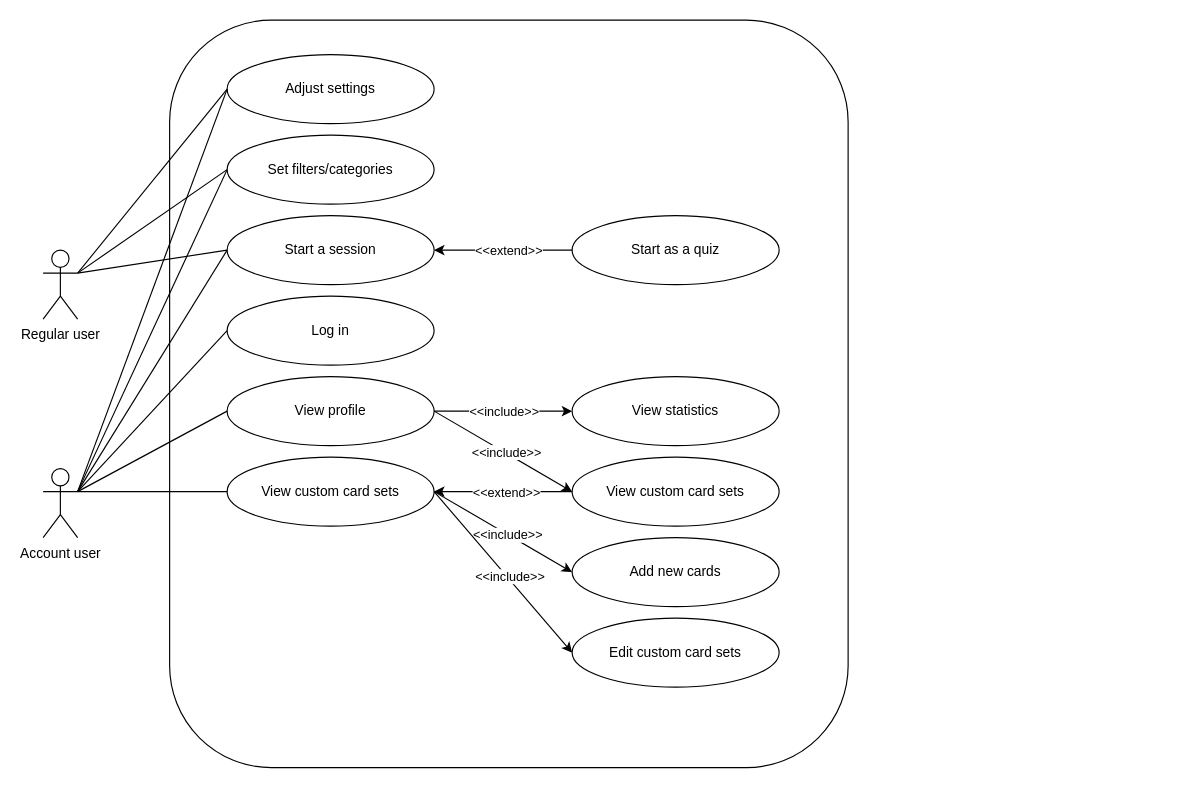
Before: docs/diagrams/use_case/linguaFlashUseCase.drawio in empty-works/lingua-flash, a draw.io diagram. Source tidied: cells renumbered, new cells numbered last; positions are measured from the earlier drawing's top-left corner, leaving out a move shared by most shapes. Both pictures are drawn from the tidied source at 115%, with x=0, y=0 at pixel (43, 20).
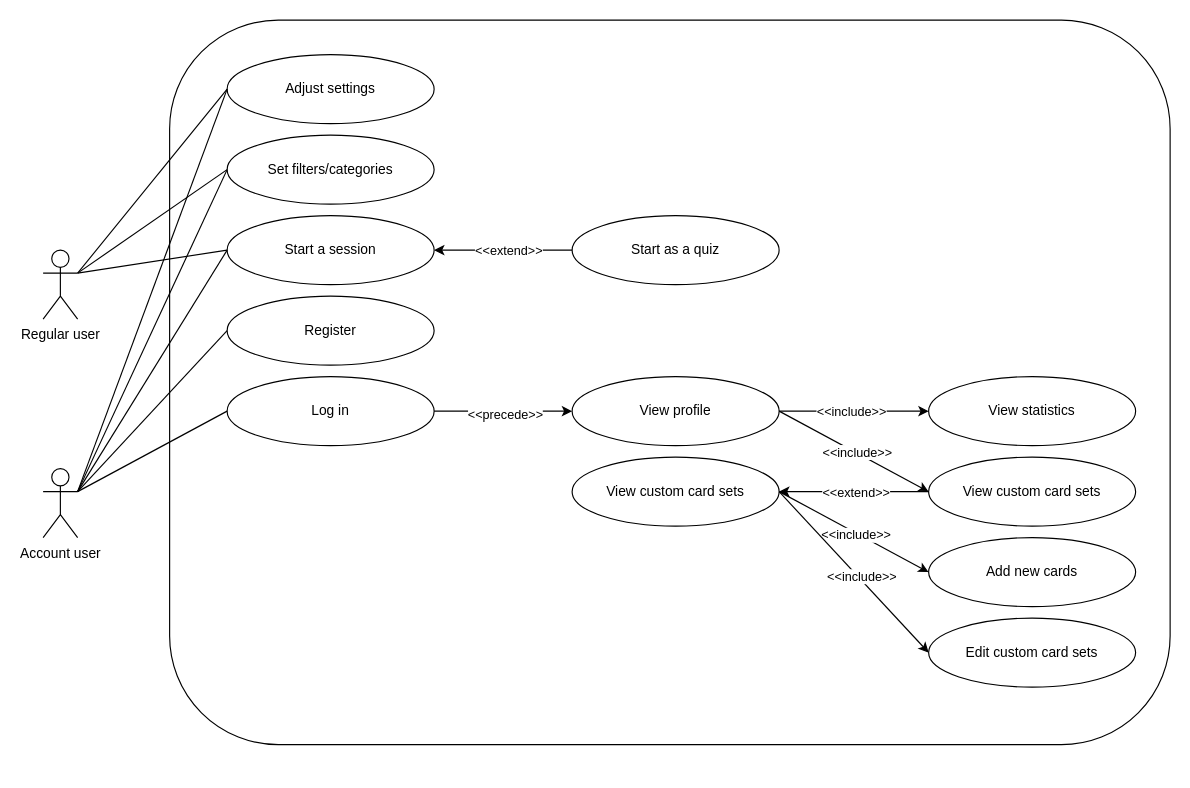
After the change.

Commit message:
Update linguaFlashUseCase.drawio - some changes to the login process.

The change refers to these unchanged cells:
```xml
<mxCell id="4" value="Account user" style="shape=umlActor;verticalLabelPosition=bottom;verticalAlign=top;html=1;outlineConnect=0;" parent="1" vertex="1">
  <mxGeometry y="390" width="30" height="60" as="geometry" />
</mxCell>
```

Change to the diagram source:
```diff
@@
     <mxCell id="2" style="rounded=1;whiteSpace=wrap;html=1;" parent="1" vertex="1">
-      <mxGeometry x="110" width="590" height="650" as="geometry" />
+      <mxGeometry x="110" width="870" height="630" as="geometry" />
     </mxCell>
@@
-    <mxCell id="7" value="Log in" style="ellipse;whiteSpace=wrap;html=1;" parent="1" vertex="1">
+    <mxCell id="7" value="Register" style="ellipse;whiteSpace=wrap;html=1;" parent="1" vertex="1">
       <mxGeometry x="160" y="240" width="180" height="60" as="geometry" />
     </mxCell>
     <mxCell id="8" value="View profile" style="ellipse;whiteSpace=wrap;html=1;" parent="1" vertex="1">
-      <mxGeometry x="160" y="310" width="180" height="60" as="geometry" />
+      <mxGeometry x="460" y="310" width="180" height="60" as="geometry" />
     </mxCell>
     <mxCell id="9" value="View custom card sets" style="ellipse;whiteSpace=wrap;html=1;" parent="1" vertex="1">
-      <mxGeometry x="160" y="380" width="180" height="60" as="geometry" />
+      <mxGeometry x="460" y="380" width="180" height="60" as="geometry" />
     </mxCell>
     <mxCell id="10" value="Add new cards" style="ellipse;whiteSpace=wrap;html=1;" parent="1" vertex="1">
-      <mxGeometry x="460" y="450" width="180" height="60" as="geometry" />
+      <mxGeometry x="770" y="450" width="180" height="60" as="geometry" />
     </mxCell>
@@
-    <mxCell id="16" style="endArrow=none;html=1;rounded=0;exitX=1;exitY=0.3333333333333333;exitDx=0;exitDy=0;exitPerimeter=0;entryX=0;entryY=0.5;entryDx=0;entryDy=0;" parent="1" edge="1" source="4" target="8">
-      <mxGeometry relative="1" as="geometry" />
-    </mxCell>
-    <mxCell id="17" style="endArrow=none;html=1;rounded=0;exitX=1;exitY=0.3333333333333333;exitDx=0;exitDy=0;exitPerimeter=0;entryX=0;entryY=0.5;entryDx=0;entryDy=0;" parent="1" edge="1" source="4" target="9">
-      <mxGeometry relative="1" as="geometry" />
-    </mxCell>
     <mxCell id="18" value="View statistics" style="ellipse;whiteSpace=wrap;html=1;" parent="1" vertex="1">
-      <mxGeometry x="460" y="310" width="180" height="60" as="geometry" />
+      <mxGeometry x="770" y="310" width="180" height="60" as="geometry" />
     </mxCell>
@@
     <mxCell id="27" value="View custom card sets" style="ellipse;whiteSpace=wrap;html=1;" parent="1" vertex="1">
-      <mxGeometry x="460" y="380" width="180" height="60" as="geometry" />
+      <mxGeometry x="770" y="380" width="180" height="60" as="geometry" />
     </mxCell>
@@
     <mxCell id="32" value="Edit custom card sets" style="ellipse;whiteSpace=wrap;html=1;" parent="1" vertex="1">
-      <mxGeometry x="460" y="520" width="180" height="60" as="geometry" />
+      <mxGeometry x="770" y="520" width="180" height="60" as="geometry" />
     </mxCell>
@@
+    <mxCell id="37" value="Log in" style="ellipse;whiteSpace=wrap;html=1;" parent="1" vertex="1">
+      <mxGeometry x="160" y="310" width="180" height="60" as="geometry" />
+    </mxCell>
+    <mxCell id="38" style="endArrow=none;html=1;rounded=0;exitX=1;exitY=0.3333333333333333;exitDx=0;exitDy=0;exitPerimeter=0;entryX=0;entryY=0.5;entryDx=0;entryDy=0;" parent="1" edge="1" source="4" target="37">
+      <mxGeometry relative="1" as="geometry" />
+    </mxCell>
+    <mxCell id="39" style="endArrow=classic;html=1;rounded=0;exitX=1;exitY=0.5;exitDx=0;exitDy=0;entryX=0;entryY=0.5;entryDx=0;entryDy=0;" parent="1" edge="1" source="37" target="8">
+      <mxGeometry relative="1" as="geometry" />
+    </mxCell>
+    <mxCell id="40" value="&amp;lt;&amp;lt;precede&amp;gt;&amp;gt;" style="edgeLabel;html=1;align=center;verticalAlign=middle;" parent="39" vertex="1">
+      <mxGeometry x="0.25" y="-2" relative="1" as="geometry">
+        <mxPoint x="-14" as="offset" />
+      </mxGeometry>
+    </mxCell>
```
